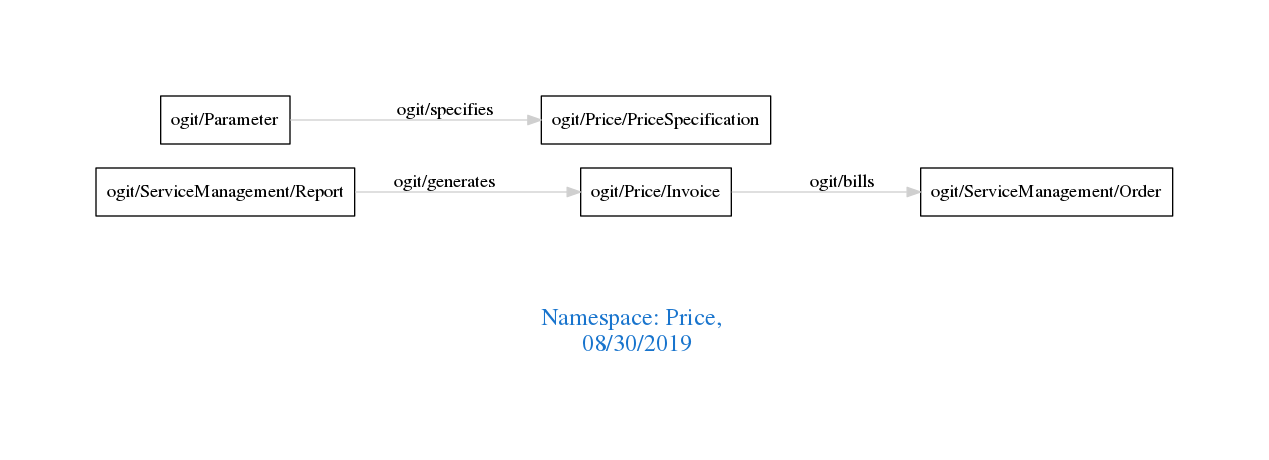
Above: downloads/Price.png in arago/OGIT (Graphviz), before the change. Its source is kept beside it as downloads/Price.dot.
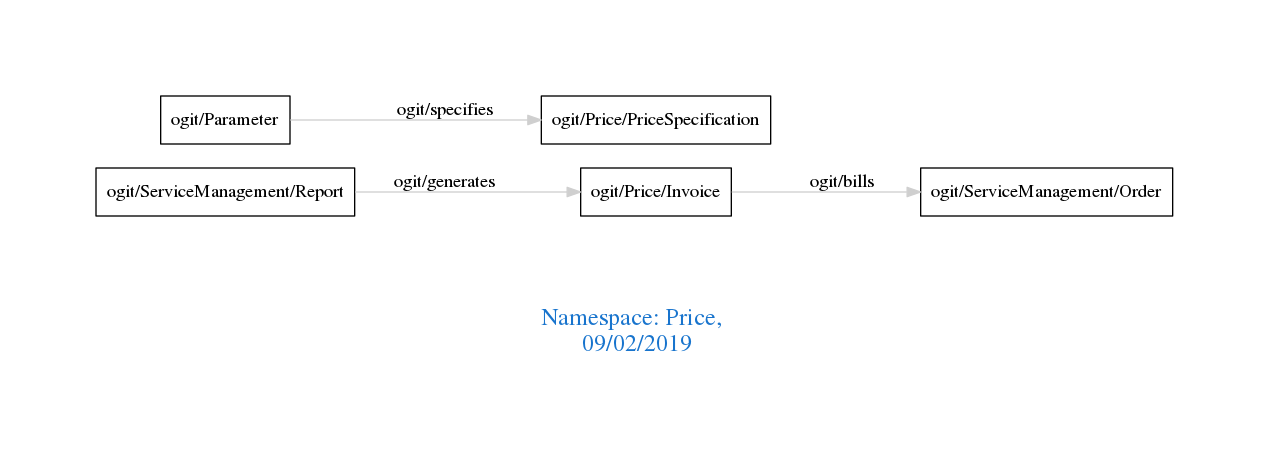
After the change.

Change to the diagram source:
```diff
@@ -1,7 +1,7 @@
 digraph OGIT_ontology {
  graph [ rankdir= LR,pad=1
 fontsize = 18,
-fontcolor= dodgerblue3,label = "\n\n\nNamespace: Price, \n 08/30/2019"];
+fontcolor= dodgerblue3,label = "\n\n\nNamespace: Price, \n 09/02/2019"];
 node[shape=polygon];
 edge [  color="gray81"];
 
```
